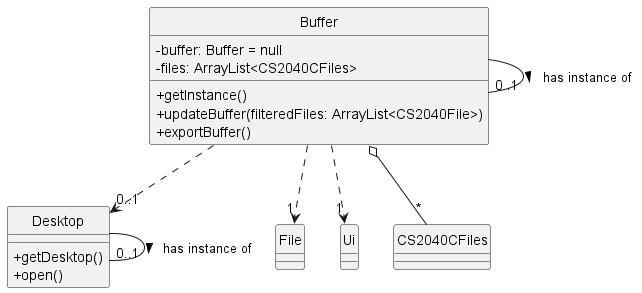
Earlier version of the PlantUML export docs/class-diagrams/diagrams/ExportClass.png (ong-ck/tp).
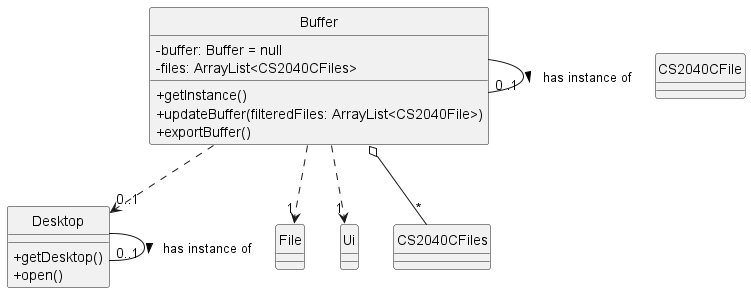
The same file after the commit.

Commit message:
Fix: changed Note to CS2040CFile

What changed in the source:
```diff
@@ -15,7 +15,7 @@
 class Ui {
 }
 
-class CS2040CFiles {
+class CS2040CFile {
 }
 
 class Desktop {
```
